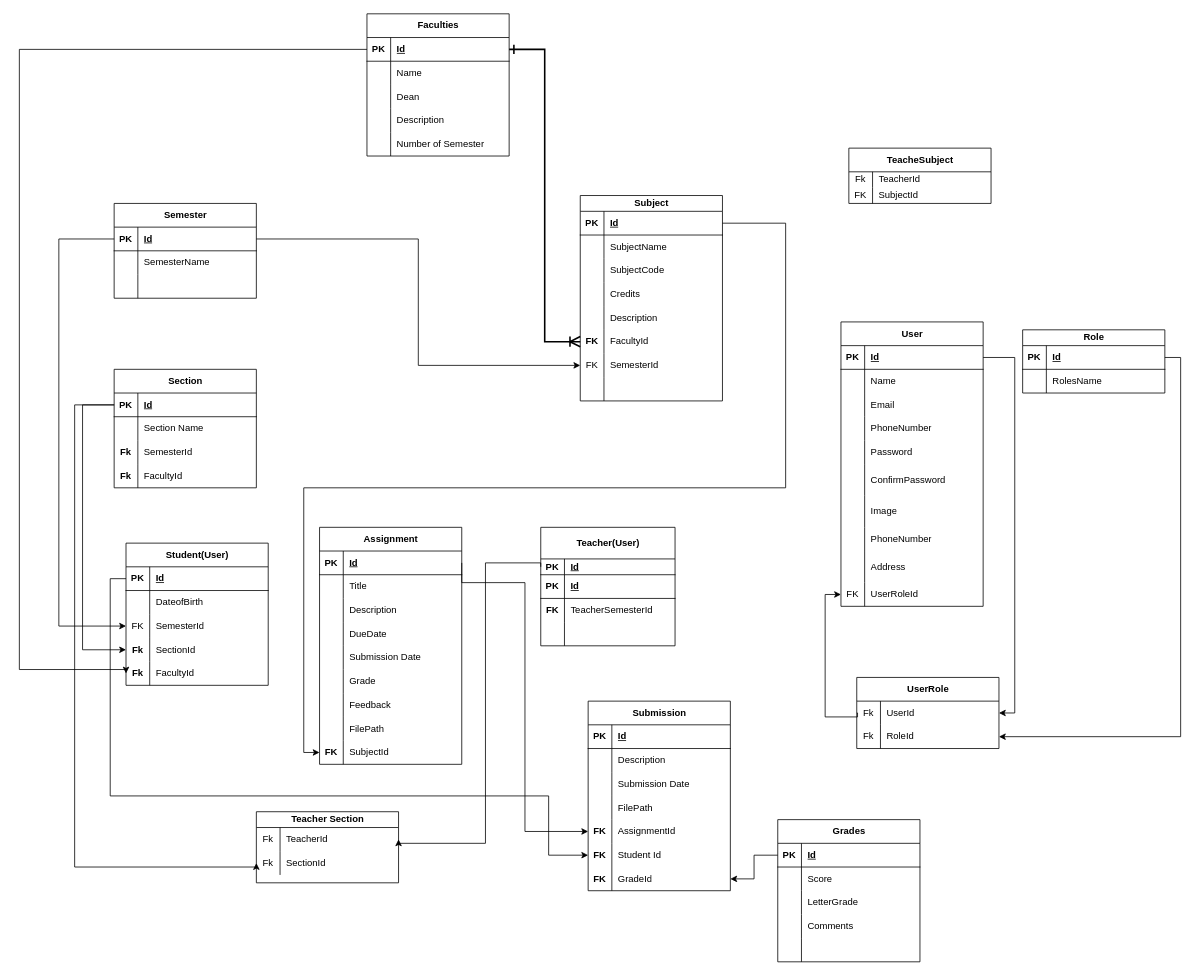
Prakriti4/DotNetMVC keeps this draw.io diagram as Untitled Diagram.drawio. Above is the earlier version. Source tidied: cells renumbered, new cells numbered last; positions are measured from the earlier drawing's top-left corner, leaving out a move shared by most shapes. Both pictures are drawn from the tidied source at 79%, with x=0, y=0 at pixel (19, 13).
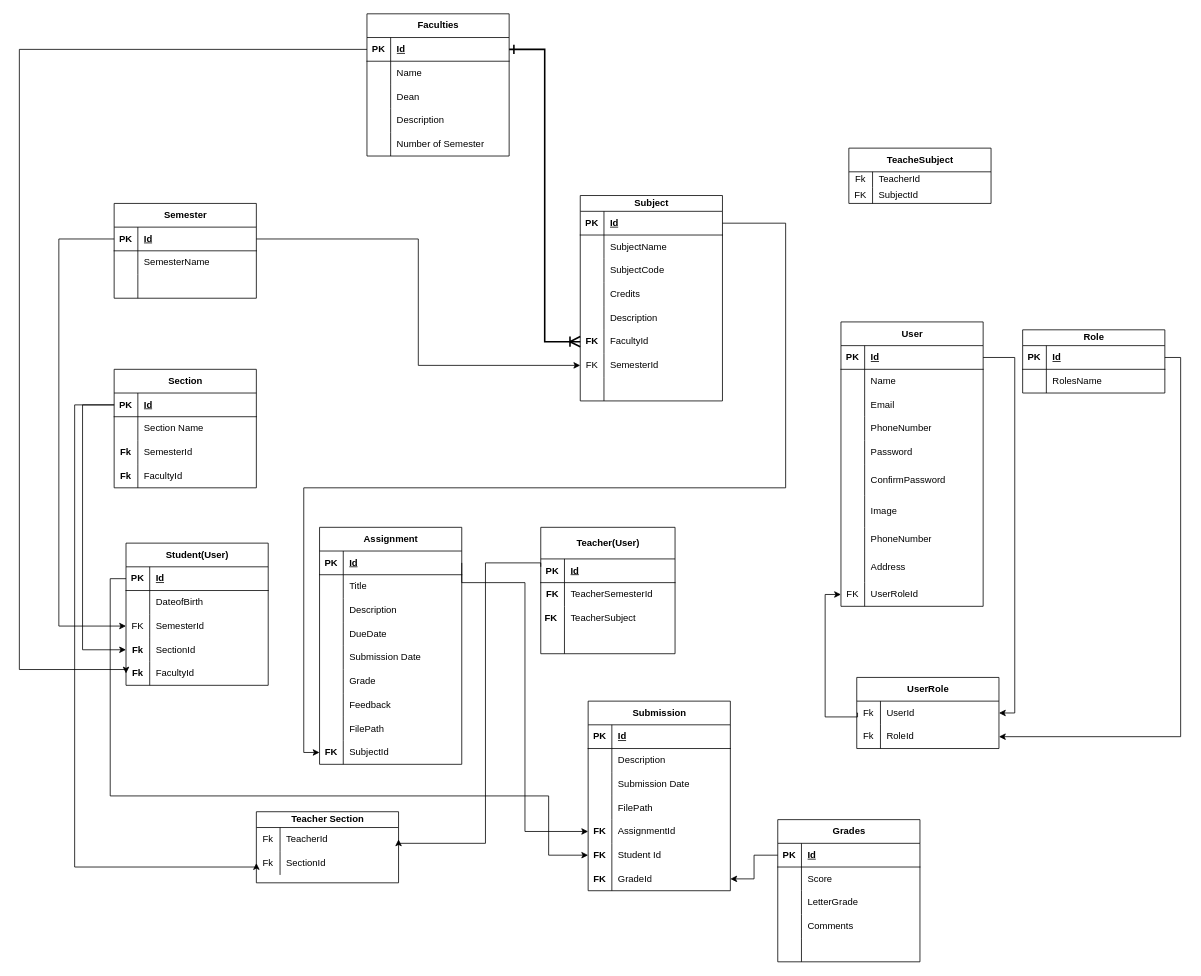
After the change.

Unchanged cells that the change refers to:
```xml
<mxCell id="172" style="shape=tableRow;horizontal=0;startSize=0;swimlaneHead=0;swimlaneBody=0;fillColor=none;points=[[0,0.5],[1,0.5]];portConstraint=eastwest;top=0;left=0;right=0;bottom=0;" parent="171" vertex="1">
  <mxGeometry y="20" width="180" height="30" as="geometry" />
</mxCell>
```

What changed in the source:
```diff
@@
     <mxCell id="30" value="Teacher(User)" style="shape=table;startSize=40;childLayout=tableLayout;rowLines=0;fontStyle=1;align=center;html=1;" parent="1" vertex="1">
-      <mxGeometry x="660" y="650" width="170" height="150" as="geometry" />
+      <mxGeometry x="660" y="650" width="170" height="160" as="geometry" />
     </mxCell>
-    <mxCell id="31" style="shape=tableRow;horizontal=0;startSize=0;swimlaneHead=0;swimlaneBody=0;fillColor=none;points=[[0,0.5],[1,0.5]];portConstraint=eastwest;top=0;left=0;right=0;bottom=1;" parent="30" vertex="1">
-      <mxGeometry y="40" width="170" height="20" as="geometry" />
-    </mxCell>
-    <mxCell id="32" value="PK" style="shape=partialRectangle;fillColor=none;top=0;left=0;bottom=0;right=0;fontStyle=1;overflow=hidden;whiteSpace=wrap;html=1;" parent="31" vertex="1">
-      <mxGeometry width="30" height="20" as="geometry" />
-    </mxCell>
-    <mxCell id="33" value="Id" style="shape=partialRectangle;fillColor=none;top=0;left=0;bottom=0;right=0;align=left;spacingLeft=6;fontStyle=5;overflow=hidden;whiteSpace=wrap;html=1;" parent="31" vertex="1">
-      <mxGeometry x="30" width="140" height="20" as="geometry" />
-    </mxCell>
     <mxCell id="34" style="shape=tableRow;horizontal=0;startSize=0;swimlaneHead=0;swimlaneBody=0;fillColor=none;top=0;left=0;right=0;bottom=1;" parent="30" vertex="1">
-      <mxGeometry y="60" width="170" height="30" as="geometry" />
+      <mxGeometry y="40" width="170" height="30" as="geometry" />
     </mxCell>
@@
     <mxCell id="37" style="shape=tableRow;horizontal=0;startSize=0;swimlaneHead=0;swimlaneBody=0;fillColor=none;top=0;left=0;right=0;bottom=0;" parent="30" vertex="1">
-      <mxGeometry y="90" width="170" height="30" as="geometry" />
+      <mxGeometry y="70" width="170" height="30" as="geometry" />
     </mxCell>
@@
     <mxCell id="40" style="shape=tableRow;horizontal=0;startSize=0;swimlaneHead=0;swimlaneBody=0;fillColor=none;top=0;left=0;right=0;bottom=0;" parent="30" vertex="1">
-      <mxGeometry y="120" width="170" height="30" as="geometry" />
+      <mxGeometry y="100" width="170" height="30" as="geometry" />
     </mxCell>
-    <mxCell id="41" style="shape=partialRectangle;fillColor=none;top=0;left=0;bottom=0;right=0;overflow=hidden;whiteSpace=wrap;html=1;" parent="40" vertex="1">
+    <mxCell id="41" value="&lt;b&gt;FK&amp;nbsp;&lt;/b&gt;" style="shape=partialRectangle;fillColor=none;top=0;left=0;bottom=0;right=0;overflow=hidden;whiteSpace=wrap;html=1;" parent="40" vertex="1">
       <mxGeometry width="30" height="30" as="geometry" />
     </mxCell>
-    <mxCell id="42" style="shape=partialRectangle;fillColor=none;top=0;left=0;bottom=0;right=0;align=left;spacingLeft=6;overflow=hidden;whiteSpace=wrap;html=1;" parent="40" vertex="1">
+    <mxCell id="42" value="TeacherSubject" style="shape=partialRectangle;fillColor=none;top=0;left=0;bottom=0;right=0;align=left;spacingLeft=6;overflow=hidden;whiteSpace=wrap;html=1;" parent="40" vertex="1">
       <mxGeometry x="30" width="140" height="30" as="geometry" />
     </mxCell>
+    <mxCell id="234" style="shape=tableRow;horizontal=0;startSize=0;swimlaneHead=0;swimlaneBody=0;fillColor=none;top=0;left=0;right=0;bottom=0;" parent="30" vertex="1">
+      <mxGeometry y="130" width="170" height="30" as="geometry" />
+    </mxCell>
+    <mxCell id="235" style="shape=partialRectangle;fillColor=none;top=0;left=0;bottom=0;right=0;overflow=hidden;whiteSpace=wrap;html=1;" parent="234" vertex="1">
+      <mxGeometry width="30" height="30" as="geometry" />
+    </mxCell>
+    <mxCell id="236" style="shape=partialRectangle;fillColor=none;top=0;left=0;bottom=0;right=0;align=left;spacingLeft=6;overflow=hidden;whiteSpace=wrap;html=1;" parent="234" vertex="1">
+      <mxGeometry x="30" width="140" height="30" as="geometry" />
+    </mxCell>
@@
-    <mxCell id="179" style="edgeStyle=orthogonalEdgeStyle;rounded=0;jettySize=auto;html=1;exitX=0;exitY=0.5;exitDx=0;exitDy=0;entryX=1;entryY=0.5;entryDx=0;entryDy=0;" parent="1" edge="1" source="31" target="172">
+    <mxCell id="179" style="edgeStyle=orthogonalEdgeStyle;rounded=0;jettySize=auto;html=1;exitX=0;exitY=0.5;exitDx=0;exitDy=0;entryX=1;entryY=0.5;entryDx=0;entryDy=0;" parent="1" edge="1" target="172">
       <mxGeometry relative="1" as="geometry">
+        <mxPoint x="660" y="700" as="sourcePoint" />
         <Array as="points">
           <mxPoint x="590" y="695" />
           <mxPoint x="590" y="1050" />
         </Array>
       </mxGeometry>
     </mxCell>
```
